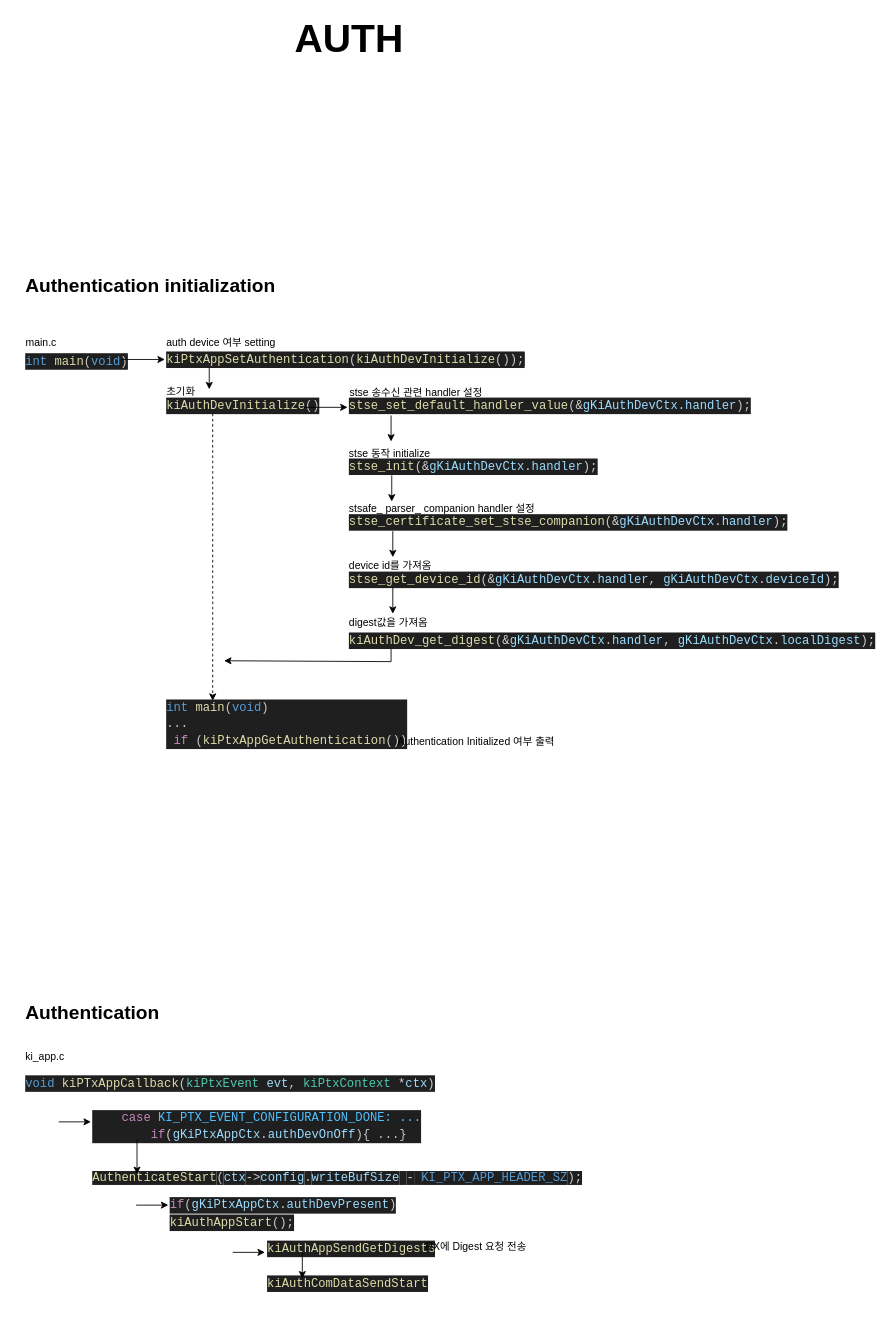
Before: diagram/251127_AUTH_flow.drawio in Jwoo0725/Ki, a draw.io diagram. Source tidied: cells renumbered, new cells numbered last; positions are measured from the earlier drawing's top-left corner, leaving out a move shared by most shapes. Both pictures are drawn from the tidied source at 87%, with x=0, y=0 at pixel (15, 25).
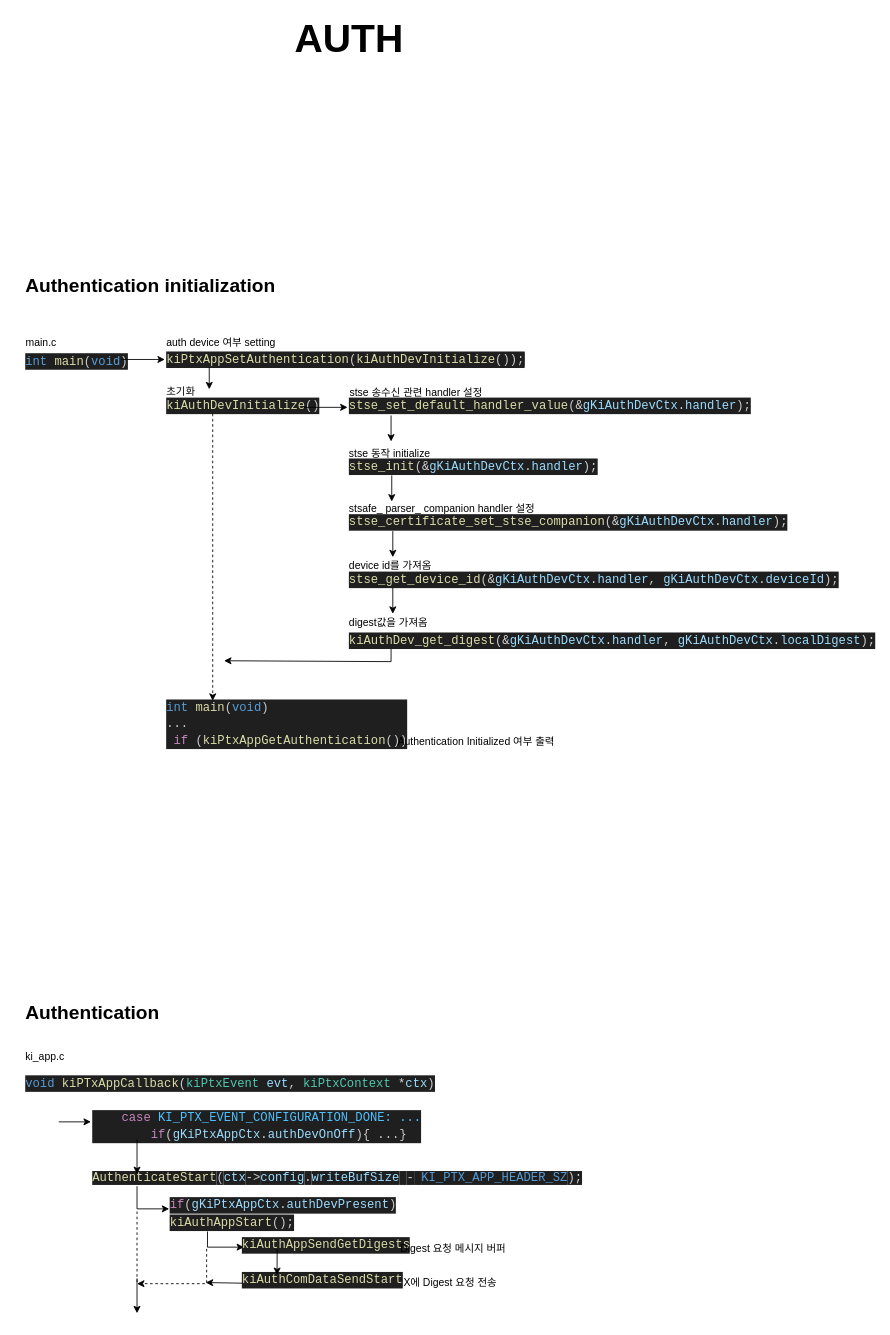
The same diagram, later.

Diff of the diagram source:
```diff
@@
     <mxCell id="39" style="edgeStyle=none;orthogonalLoop=1;jettySize=auto;html=1;rounded=0;entryX=0;entryY=0.5;entryDx=0;entryDy=0;" parent="1" edge="1">
       <mxGeometry relative="1" as="geometry">
-        <mxPoint x="139" y="1355.7" as="sourcePoint" />
-        <mxPoint x="176" y="1355.7" as="targetPoint" />
+        <mxPoint x="140" y="1334" as="sourcePoint" />
+        <mxPoint x="177" y="1360" as="targetPoint" />
+        <Array as="points">
+          <mxPoint x="140" y="1360" />
+        </Array>
       </mxGeometry>
     </mxCell>
@@
     <mxCell id="41" style="edgeStyle=none;orthogonalLoop=1;jettySize=auto;html=1;rounded=0;entryX=0;entryY=0.5;entryDx=0;entryDy=0;" parent="1" edge="1">
       <mxGeometry relative="1" as="geometry">
-        <mxPoint x="250" y="1410" as="sourcePoint" />
-        <mxPoint x="287" y="1410" as="targetPoint" />
+        <mxPoint x="221" y="1386" as="sourcePoint" />
+        <mxPoint x="263" y="1404" as="targetPoint" />
+        <Array as="points">
+          <mxPoint x="221" y="1404" />
+        </Array>
       </mxGeometry>
     </mxCell>
     <mxCell id="42" value="&lt;div style=&quot;color: #cccccc;background-color: #1f1f1f;font-family: Consolas, 'Courier New', monospace;font-weight: normal;font-size: 14px;line-height: 19px;white-space: pre;&quot;&gt;&lt;div&gt;&lt;span style=&quot;color: #dcdcaa;&quot;&gt;kiAuthAppSendGetDigests&lt;/span&gt;&lt;/div&gt;&lt;/div&gt;" style="text;whiteSpace=wrap;html=1;" parent="1" vertex="1">
-      <mxGeometry x="288" y="1390" width="182" height="40" as="geometry" />
+      <mxGeometry x="259" y="1386" width="182" height="40" as="geometry" />
     </mxCell>
     <mxCell id="43" value="RX에 Digest 요청 전송" style="text;html=1;whiteSpace=wrap;strokeColor=none;fillColor=none;align=left;verticalAlign=middle;rounded=0;" parent="1" vertex="1">
-      <mxGeometry x="470" y="1394" width="125" height="20" as="geometry" />
+      <mxGeometry x="435.5" y="1435" width="125" height="20" as="geometry" />
     </mxCell>
     <mxCell id="44" value="&lt;div style=&quot;color: #cccccc;background-color: #1f1f1f;font-family: Consolas, 'Courier New', monospace;font-weight: normal;font-size: 14px;line-height: 19px;white-space: pre;&quot;&gt;&lt;div&gt;&lt;span style=&quot;color: #dcdcaa;&quot;&gt;kiAuthComDataSendStart&lt;/span&gt;&lt;/div&gt;&lt;/div&gt;" style="text;whiteSpace=wrap;html=1;" parent="1" vertex="1">
-      <mxGeometry x="288" y="1430" width="200" height="40" as="geometry" />
+      <mxGeometry x="259" y="1426" width="200" height="40" as="geometry" />
     </mxCell>
     <mxCell id="45" style="edgeStyle=none;orthogonalLoop=1;jettySize=auto;html=1;rounded=0;" parent="1" edge="1">
       <mxGeometry relative="1" as="geometry">
-        <mxPoint x="330" y="1410" as="sourcePoint" />
-        <mxPoint x="330" y="1440" as="targetPoint" />
+        <mxPoint x="301" y="1406" as="sourcePoint" />
+        <mxPoint x="301" y="1436" as="targetPoint" />
       </mxGeometry>
     </mxCell>
+    <mxCell id="46" value="Digest 요청 메시지 버퍼" style="text;html=1;whiteSpace=wrap;strokeColor=none;fillColor=none;align=left;verticalAlign=middle;rounded=0;" parent="1" vertex="1">
+      <mxGeometry x="441" y="1396" width="130" height="20" as="geometry" />
+    </mxCell>
+    <mxCell id="47" style="edgeStyle=none;jettySize=auto;html=1;rounded=0;exitX=0.012;exitY=0.486;exitDx=0;exitDy=0;exitPerimeter=0;" parent="1" edge="1" source="44">
+      <mxGeometry relative="1" as="geometry">
+        <mxPoint x="219" y="1444.7" as="targetPoint" />
+      </mxGeometry>
+    </mxCell>
+    <mxCell id="48" style="edgeStyle=none;orthogonalLoop=1;jettySize=auto;html=1;rounded=0;dashed=1;" parent="1" edge="1">
+      <mxGeometry relative="1" as="geometry">
+        <mxPoint x="220" y="1406" as="sourcePoint" />
+        <mxPoint x="140" y="1446" as="targetPoint" />
+        <Array as="points">
+          <mxPoint x="220" y="1446" />
+        </Array>
+      </mxGeometry>
+    </mxCell>
+    <mxCell id="49" style="endArrow=none;html=1;rounded=0;dashed=1;" parent="1" edge="1">
+      <mxGeometry relative="1" as="geometry">
+        <mxPoint x="140" y="1444" as="sourcePoint" />
+        <mxPoint x="140" y="1360" as="targetPoint" />
+      </mxGeometry>
+    </mxCell>
+    <mxCell id="50" style="endArrow=classic;html=1;rounded=0;" parent="1" edge="1">
+      <mxGeometry relative="1" as="geometry">
+        <mxPoint x="140" y="1440" as="sourcePoint" />
+        <mxPoint x="140" y="1480" as="targetPoint" />
+      </mxGeometry>
+    </mxCell>
```
